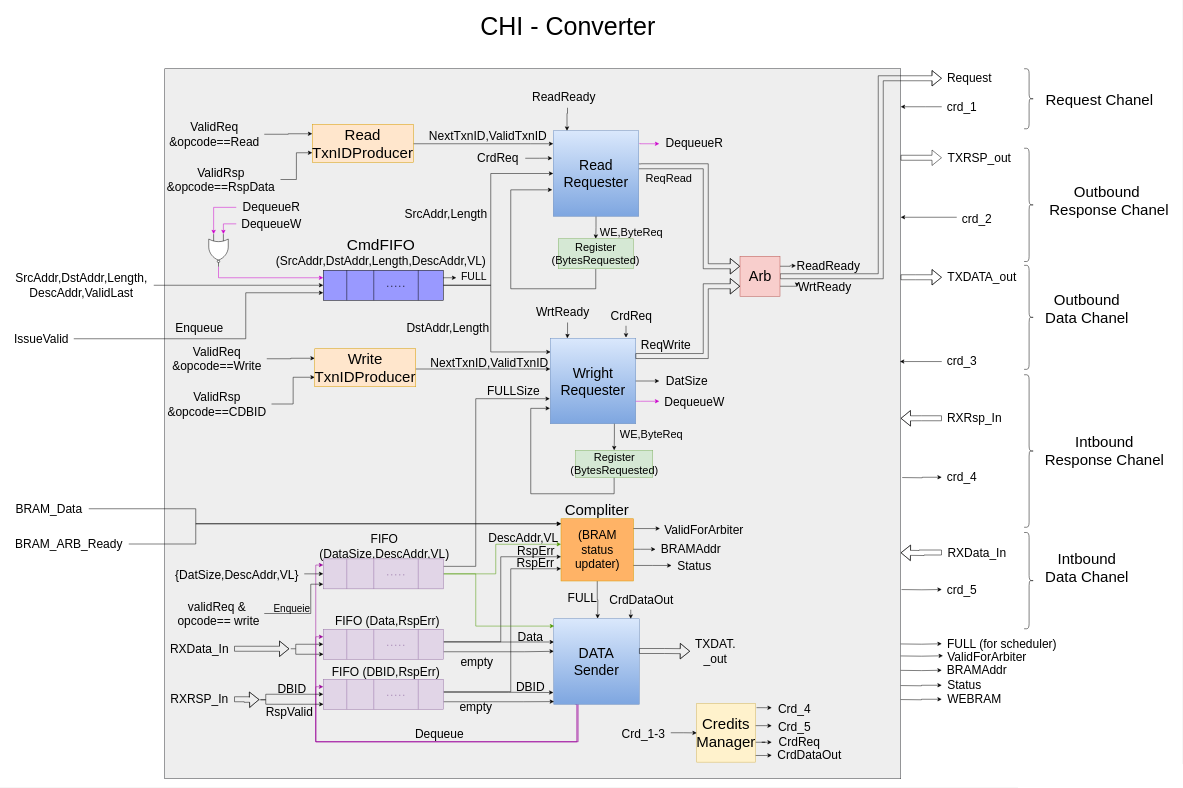
Above: page "Αντιγραφή από Σελίδα-1" (2 of 4) of chi-Doc-Draw/DMA/Drawings/chi-conv.drawio in akourkoulos/Chi-DMA (draw.io), before the change. Source tidied: cells renumbered, new cells numbered last; positions are measured from the earlier drawing's top-left corner, leaving out a move shared by most shapes. Both pictures are drawn from the tidied source at 50%, with x=0, y=0 at pixel (8, 8).
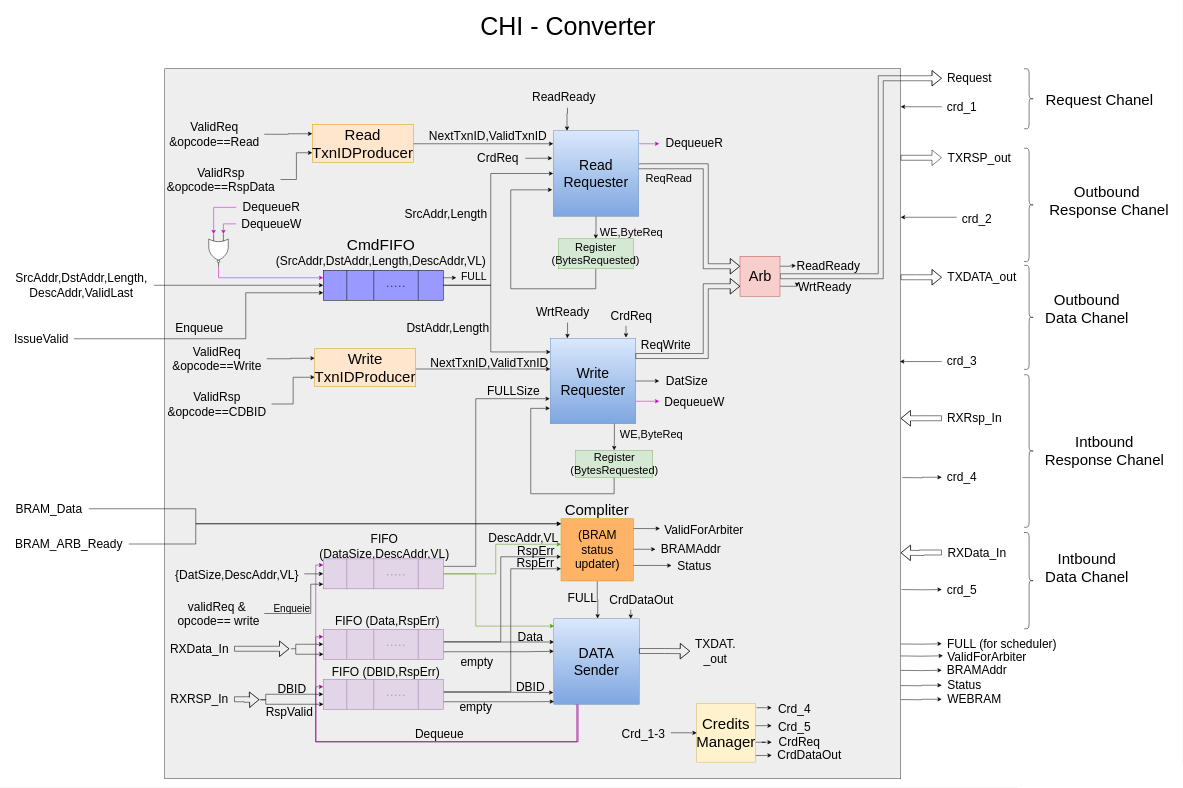
The same diagram, later.

Diff of the diagram source:
```diff
@@
-    <mxCell id="24" value="&lt;font style=&quot;font-size: 28px;&quot;&gt;Wright&lt;br&gt;Requester&lt;br&gt;&lt;/font&gt;" style="whiteSpace=wrap;html=1;fontSize=17;fillColor=#dae8fc;strokeColor=#6c8ebf;gradientColor=#7ea6e0;" parent="1" vertex="1">
+    <mxCell id="24" value="&lt;font style=&quot;font-size: 28px;&quot;&gt;Write&lt;br&gt;Requester&lt;br&gt;&lt;/font&gt;" style="whiteSpace=wrap;html=1;fontSize=17;fillColor=#dae8fc;strokeColor=#6c8ebf;gradientColor=#7ea6e0;" parent="1" vertex="1">
       <mxGeometry x="1083" y="659" width="171" height="171" as="geometry" />
     </mxCell>
```
